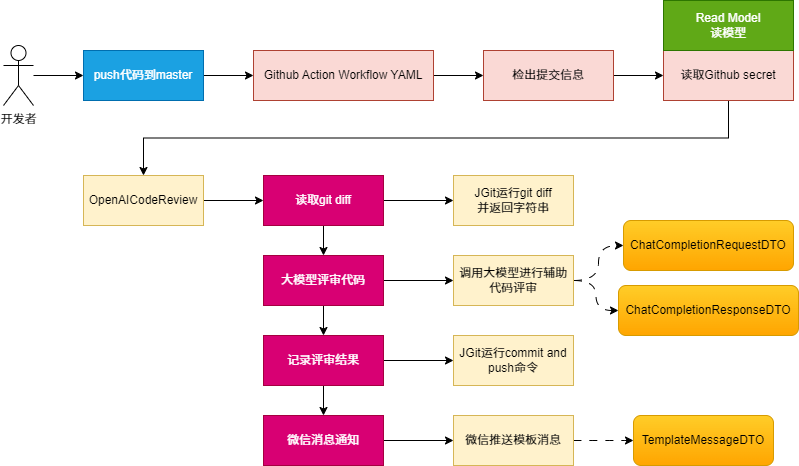
CatCatchFish/openai-code-review keeps this draw.io diagram as img/建模流程.png. Above is the earlier version. Source tidied: cells renumbered, new cells last; positions are measured from the earlier drawing's top-left corner, leaving out a move shared by most shapes. Its diagram source:
```xml
<mxGraphModel>
  <root>
    <mxCell id="0" />
    <mxCell id="1" parent="0" />
    <mxCell id="2" style="edgeStyle=orthogonalEdgeStyle;rounded=0;jettySize=auto;html=1;" parent="1" edge="1" source="3" target="7">
      <mxGeometry relative="1" as="geometry" />
    </mxCell>
    <mxCell id="3" value="push代码到master" style="rounded=0;whiteSpace=wrap;html=1;fillColor=#1ba1e2;fontColor=#ffffff;strokeColor=#006EAF;" parent="1" vertex="1">
      <mxGeometry x="80" y="50" width="120" height="50" as="geometry" />
    </mxCell>
    <mxCell id="4" style="edgeStyle=orthogonalEdgeStyle;rounded=0;jettySize=auto;html=1;" parent="1" edge="1" source="5" target="3">
      <mxGeometry relative="1" as="geometry" />
    </mxCell>
    <mxCell id="5" value="开发者" style="shape=umlActor;verticalLabelPosition=bottom;verticalAlign=top;html=1;outlineConnect=0;" parent="1" vertex="1">
      <mxGeometry y="45" width="30" height="60" as="geometry" />
    </mxCell>
    <mxCell id="6" style="edgeStyle=orthogonalEdgeStyle;rounded=0;jettySize=auto;html=1;" parent="1" edge="1" source="7" target="9">
      <mxGeometry relative="1" as="geometry" />
    </mxCell>
    <mxCell id="7" value="Github Action Workflow YAML" style="rounded=0;whiteSpace=wrap;html=1;fillColor=#fad9d5;strokeColor=#ae4132;" parent="1" vertex="1">
      <mxGeometry x="250" y="50" width="180" height="50" as="geometry" />
    </mxCell>
    <mxCell id="8" style="edgeStyle=orthogonalEdgeStyle;rounded=0;jettySize=auto;html=1;" parent="1" edge="1" source="9" target="11">
      <mxGeometry relative="1" as="geometry" />
    </mxCell>
    <mxCell id="9" value="检出提交信息" style="rounded=0;whiteSpace=wrap;html=1;fillColor=#fad9d5;strokeColor=#ae4132;" parent="1" vertex="1">
      <mxGeometry x="480" y="50" width="130" height="50" as="geometry" />
    </mxCell>
    <mxCell id="10" style="edgeStyle=orthogonalEdgeStyle;rounded=0;jettySize=auto;html=1;exitX=0.5;exitY=1;exitDx=0;exitDy=0;entryX=0.5;entryY=0;entryDx=0;entryDy=0;" parent="1" edge="1" source="11" target="13">
      <mxGeometry relative="1" as="geometry" />
    </mxCell>
    <mxCell id="11" value="读取Github secret" style="rounded=0;whiteSpace=wrap;html=1;fillColor=#fad9d5;strokeColor=#ae4132;" parent="1" vertex="1">
      <mxGeometry x="660" y="50" width="130" height="50" as="geometry" />
    </mxCell>
    <mxCell id="12" style="edgeStyle=orthogonalEdgeStyle;rounded=0;jettySize=auto;html=1;" parent="1" edge="1" source="13" target="16">
      <mxGeometry relative="1" as="geometry" />
    </mxCell>
    <mxCell id="13" value="OpenAICodeReview" style="rounded=0;whiteSpace=wrap;html=1;fillColor=#fff2cc;strokeColor=#d6b656;" parent="1" vertex="1">
      <mxGeometry x="80" y="175" width="120" height="50" as="geometry" />
    </mxCell>
    <mxCell id="14" style="edgeStyle=orthogonalEdgeStyle;rounded=0;jettySize=auto;html=1;" parent="1" edge="1" source="16" target="17">
      <mxGeometry relative="1" as="geometry" />
    </mxCell>
    <mxCell id="15" style="edgeStyle=orthogonalEdgeStyle;rounded=0;jettySize=auto;html=1;exitX=0.5;exitY=1;exitDx=0;exitDy=0;entryX=0.5;entryY=0;entryDx=0;entryDy=0;" parent="1" edge="1" source="16" target="20">
      <mxGeometry relative="1" as="geometry" />
    </mxCell>
    <mxCell id="16" value="读取git diff" style="rounded=0;whiteSpace=wrap;html=1;fillColor=#d80073;strokeColor=#A50040;fontColor=#ffffff;" parent="1" vertex="1">
      <mxGeometry x="260" y="175" width="120" height="50" as="geometry" />
    </mxCell>
    <mxCell id="17" value="JGit运行git diff&lt;div&gt;并返回字符串&lt;/div&gt;" style="rounded=0;whiteSpace=wrap;html=1;fillColor=#fff2cc;strokeColor=#d6b656;" parent="1" vertex="1">
      <mxGeometry x="450" y="175" width="120" height="50" as="geometry" />
    </mxCell>
    <mxCell id="18" style="edgeStyle=orthogonalEdgeStyle;rounded=0;jettySize=auto;html=1;" parent="1" edge="1" source="20" target="28">
      <mxGeometry relative="1" as="geometry" />
    </mxCell>
    <mxCell id="19" style="edgeStyle=orthogonalEdgeStyle;rounded=0;jettySize=auto;html=1;exitX=0.5;exitY=1;exitDx=0;exitDy=0;entryX=0.5;entryY=0;entryDx=0;entryDy=0;" parent="1" edge="1" source="20" target="23">
      <mxGeometry relative="1" as="geometry" />
    </mxCell>
    <mxCell id="20" value="大模型评审代码" style="rounded=0;whiteSpace=wrap;html=1;fillColor=#d80073;strokeColor=#A50040;fontColor=#ffffff;" parent="1" vertex="1">
      <mxGeometry x="260" y="255" width="120" height="50" as="geometry" />
    </mxCell>
    <mxCell id="21" style="edgeStyle=orthogonalEdgeStyle;rounded=0;jettySize=auto;html=1;" parent="1" edge="1" source="23" target="29">
      <mxGeometry relative="1" as="geometry" />
    </mxCell>
    <mxCell id="22" style="edgeStyle=orthogonalEdgeStyle;rounded=0;jettySize=auto;html=1;" parent="1" edge="1" source="23" target="25">
      <mxGeometry relative="1" as="geometry" />
    </mxCell>
    <mxCell id="23" value="记录评审结果" style="rounded=0;whiteSpace=wrap;html=1;fillColor=#d80073;strokeColor=#A50040;fontColor=#ffffff;" parent="1" vertex="1">
      <mxGeometry x="260" y="335" width="120" height="50" as="geometry" />
    </mxCell>
    <mxCell id="24" style="edgeStyle=orthogonalEdgeStyle;rounded=0;jettySize=auto;html=1;" parent="1" edge="1" source="25" target="31">
      <mxGeometry relative="1" as="geometry" />
    </mxCell>
    <mxCell id="25" value="微信消息通知" style="rounded=0;whiteSpace=wrap;html=1;fillColor=#d80073;strokeColor=#A50040;fontColor=#ffffff;" parent="1" vertex="1">
      <mxGeometry x="260" y="415" width="120" height="50" as="geometry" />
    </mxCell>
    <mxCell id="26" style="edgeStyle=orthogonalEdgeStyle;curved=1;rounded=0;jettySize=auto;html=1;exitX=1;exitY=0.5;exitDx=0;exitDy=0;dashed=1;dashPattern=8 8;" parent="1" edge="1" source="28" target="34">
      <mxGeometry relative="1" as="geometry" />
    </mxCell>
    <mxCell id="27" style="edgeStyle=orthogonalEdgeStyle;curved=1;rounded=0;jettySize=auto;html=1;exitX=1;exitY=0.5;exitDx=0;exitDy=0;entryX=0;entryY=0.5;entryDx=0;entryDy=0;dashed=1;dashPattern=8 8;" parent="1" edge="1" source="28" target="35">
      <mxGeometry relative="1" as="geometry" />
    </mxCell>
    <mxCell id="28" value="调用大模型进行辅助代码评审" style="rounded=0;whiteSpace=wrap;html=1;fillColor=#fff2cc;strokeColor=#d6b656;" parent="1" vertex="1">
      <mxGeometry x="450" y="255" width="120" height="50" as="geometry" />
    </mxCell>
    <mxCell id="29" value="JGit运行commit and&lt;div&gt;push命令&lt;/div&gt;" style="rounded=0;whiteSpace=wrap;html=1;fillColor=#fff2cc;strokeColor=#d6b656;" parent="1" vertex="1">
      <mxGeometry x="450" y="335" width="120" height="50" as="geometry" />
    </mxCell>
    <mxCell id="30" style="edgeStyle=orthogonalEdgeStyle;curved=1;rounded=0;jettySize=auto;html=1;exitX=1;exitY=0.5;exitDx=0;exitDy=0;dashed=1;dashPattern=8 8;" parent="1" edge="1" source="31" target="33">
      <mxGeometry relative="1" as="geometry" />
    </mxCell>
    <mxCell id="31" value="微信推送模板消息" style="rounded=0;whiteSpace=wrap;html=1;fillColor=#fff2cc;strokeColor=#d6b656;" parent="1" vertex="1">
      <mxGeometry x="450" y="415" width="120" height="50" as="geometry" />
    </mxCell>
    <mxCell id="32" value="Read Model&lt;div&gt;读模型&lt;/div&gt;" style="rounded=0;whiteSpace=wrap;html=1;fillColor=#60a917;fontColor=#ffffff;strokeColor=#2D7600;" parent="1" vertex="1">
      <mxGeometry x="660" width="130" height="50" as="geometry" />
    </mxCell>
    <mxCell id="33" value="TemplateMessageDTO" style="rounded=1;whiteSpace=wrap;html=1;fillColor=#ffcd28;strokeColor=#d79b00;gradientColor=#ffa500;" parent="1" vertex="1">
      <mxGeometry x="630" y="415" width="140" height="50" as="geometry" />
    </mxCell>
    <mxCell id="34" value="ChatCompletionRequestDTO" style="rounded=1;whiteSpace=wrap;html=1;fillColor=#ffcd28;strokeColor=#d79b00;gradientColor=#ffa500;" parent="1" vertex="1">
      <mxGeometry x="620" y="220" width="170" height="50" as="geometry" />
    </mxCell>
    <mxCell id="35" value="ChatCompletionResponseDTO" style="rounded=1;whiteSpace=wrap;html=1;fillColor=#ffcd28;strokeColor=#d79b00;gradientColor=#ffa500;" parent="1" vertex="1">
      <mxGeometry x="615" y="285" width="180" height="50" as="geometry" />
    </mxCell>
  </root>
</mxGraphModel>
```
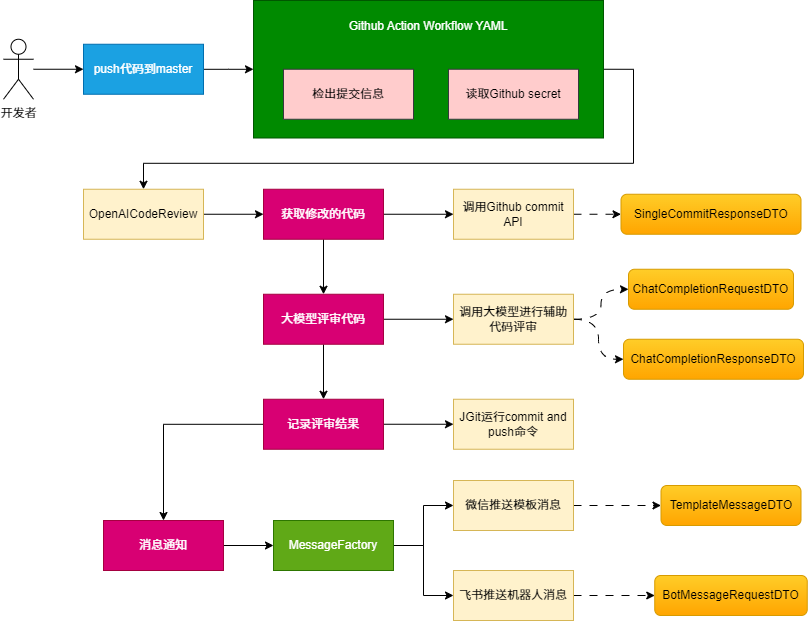
Above is the later version.

What changed in the source:
```diff
@@ -6,37 +6,37 @@
       <mxGeometry relative="1" as="geometry" />
     </mxCell>
     <mxCell id="3" value="push代码到master" style="rounded=0;whiteSpace=wrap;html=1;fillColor=#1ba1e2;fontColor=#ffffff;strokeColor=#006EAF;" parent="1" vertex="1">
-      <mxGeometry x="80" y="50" width="120" height="50" as="geometry" />
+      <mxGeometry x="-10" y="48.8" width="120" height="50" as="geometry" />
     </mxCell>
     <mxCell id="4" style="edgeStyle=orthogonalEdgeStyle;rounded=0;jettySize=auto;html=1;" parent="1" edge="1" source="5" target="3">
       <mxGeometry relative="1" as="geometry" />
     </mxCell>
     <mxCell id="5" value="开发者" style="shape=umlActor;verticalLabelPosition=bottom;verticalAlign=top;html=1;outlineConnect=0;" parent="1" vertex="1">
-      <mxGeometry y="45" width="30" height="60" as="geometry" />
+      <mxGeometry x="-90" y="43.8" width="30" height="60" as="geometry" />
     </mxCell>
-    <mxCell id="6" style="edgeStyle=orthogonalEdgeStyle;rounded=0;jettySize=auto;html=1;" parent="1" edge="1" source="7" target="9">
-      <mxGeometry relative="1" as="geometry" />
-    </mxCell>
+    <mxCell id="36" style="edgeStyle=orthogonalEdgeStyle;rounded=0;jettySize=auto;html=1;exitX=1;exitY=0.5;exitDx=0;exitDy=0;entryX=0.5;entryY=0;entryDx=0;entryDy=0;" parent="1" edge="1" source="7" target="13">
+      <mxGeometry relative="1" as="geometry">
+        <Array as="points">
+          <mxPoint x="540" y="73.8" />
+          <mxPoint x="540" y="167.8" />
+          <mxPoint x="50" y="167.8" />
+        </Array>
+      </mxGeometry>
+    </mxCell>
-    <mxCell id="7" value="Github Action Workflow YAML" style="rounded=0;whiteSpace=wrap;html=1;fillColor=#fad9d5;strokeColor=#ae4132;" parent="1" vertex="1">
-      <mxGeometry x="250" y="50" width="180" height="50" as="geometry" />
+    <mxCell id="7" value="Github Action Workflow YAML&lt;div&gt;&lt;br&gt;&lt;/div&gt;&lt;div&gt;&lt;br&gt;&lt;/div&gt;&lt;div&gt;&lt;br&gt;&lt;/div&gt;&lt;div&gt;&lt;br&gt;&lt;/div&gt;&lt;div&gt;&lt;br&gt;&lt;/div&gt;&lt;div&gt;&lt;br&gt;&lt;/div&gt;" style="rounded=0;whiteSpace=wrap;html=1;fillColor=#008a00;strokeColor=#005700;fontColor=#ffffff;" parent="1" vertex="1">
+      <mxGeometry x="160" y="5" width="350" height="137.5" as="geometry" />
     </mxCell>
-    <mxCell id="8" style="edgeStyle=orthogonalEdgeStyle;rounded=0;jettySize=auto;html=1;" parent="1" edge="1" source="9" target="11">
-      <mxGeometry relative="1" as="geometry" />
-    </mxCell>
-    <mxCell id="9" value="检出提交信息" style="rounded=0;whiteSpace=wrap;html=1;fillColor=#fad9d5;strokeColor=#ae4132;" parent="1" vertex="1">
-      <mxGeometry x="480" y="50" width="130" height="50" as="geometry" />
+    <mxCell id="9" value="检出提交信息" style="rounded=0;whiteSpace=wrap;html=1;fillColor=#ffcccc;strokeColor=#36393d;" parent="1" vertex="1">
+      <mxGeometry x="190" y="73.8" width="130" height="50" as="geometry" />
     </mxCell>
-    <mxCell id="10" style="edgeStyle=orthogonalEdgeStyle;rounded=0;jettySize=auto;html=1;exitX=0.5;exitY=1;exitDx=0;exitDy=0;entryX=0.5;entryY=0;entryDx=0;entryDy=0;" parent="1" edge="1" source="11" target="13">
-      <mxGeometry relative="1" as="geometry" />
-    </mxCell>
-    <mxCell id="11" value="读取Github secret" style="rounded=0;whiteSpace=wrap;html=1;fillColor=#fad9d5;strokeColor=#ae4132;" parent="1" vertex="1">
-      <mxGeometry x="660" y="50" width="130" height="50" as="geometry" />
+    <mxCell id="11" value="读取Github secret" style="rounded=0;whiteSpace=wrap;html=1;fillColor=#ffcccc;strokeColor=#36393d;" parent="1" vertex="1">
+      <mxGeometry x="355" y="73.8" width="130" height="50" as="geometry" />
     </mxCell>
     <mxCell id="12" style="edgeStyle=orthogonalEdgeStyle;rounded=0;jettySize=auto;html=1;" parent="1" edge="1" source="13" target="16">
       <mxGeometry relative="1" as="geometry" />
     </mxCell>
     <mxCell id="13" value="OpenAICodeReview" style="rounded=0;whiteSpace=wrap;html=1;fillColor=#fff2cc;strokeColor=#d6b656;" parent="1" vertex="1">
-      <mxGeometry x="80" y="175" width="120" height="50" as="geometry" />
+      <mxGeometry x="-10" y="193.8" width="120" height="50" as="geometry" />
     </mxCell>
     <mxCell id="14" style="edgeStyle=orthogonalEdgeStyle;rounded=0;jettySize=auto;html=1;" parent="1" edge="1" source="16" target="17">
       <mxGeometry relative="1" as="geometry" />
@@ -44,11 +44,14 @@
     <mxCell id="15" style="edgeStyle=orthogonalEdgeStyle;rounded=0;jettySize=auto;html=1;exitX=0.5;exitY=1;exitDx=0;exitDy=0;entryX=0.5;entryY=0;entryDx=0;entryDy=0;" parent="1" edge="1" source="16" target="20">
       <mxGeometry relative="1" as="geometry" />
     </mxCell>
-    <mxCell id="16" value="读取git diff" style="rounded=0;whiteSpace=wrap;html=1;fillColor=#d80073;strokeColor=#A50040;fontColor=#ffffff;" parent="1" vertex="1">
-      <mxGeometry x="260" y="175" width="120" height="50" as="geometry" />
+    <mxCell id="16" value="获取修改的代码" style="rounded=0;whiteSpace=wrap;html=1;fillColor=#d80073;strokeColor=#A50040;fontColor=#ffffff;" parent="1" vertex="1">
+      <mxGeometry x="170" y="193.8" width="120" height="50" as="geometry" />
     </mxCell>
+    <mxCell id="37" style="edgeStyle=orthogonalEdgeStyle;rounded=0;jettySize=auto;html=1;exitX=1;exitY=0.5;exitDx=0;exitDy=0;dashed=1;dashPattern=8 8;" parent="1" edge="1" source="17" target="39">
+      <mxGeometry relative="1" as="geometry" />
+    </mxCell>
-    <mxCell id="17" value="JGit运行git diff&lt;div&gt;并返回字符串&lt;/div&gt;" style="rounded=0;whiteSpace=wrap;html=1;fillColor=#fff2cc;strokeColor=#d6b656;" parent="1" vertex="1">
-      <mxGeometry x="450" y="175" width="120" height="50" as="geometry" />
+    <mxCell id="17" value="调用Github commit API" style="rounded=0;whiteSpace=wrap;html=1;fillColor=#fff2cc;strokeColor=#d6b656;" parent="1" vertex="1">
+      <mxGeometry x="360" y="193.8" width="120" height="50" as="geometry" />
     </mxCell>
     <mxCell id="18" style="edgeStyle=orthogonalEdgeStyle;rounded=0;jettySize=auto;html=1;" parent="1" edge="1" source="20" target="28">
       <mxGeometry relative="1" as="geometry" />
@@ -57,7 +60,7 @@
       <mxGeometry relative="1" as="geometry" />
     </mxCell>
     <mxCell id="20" value="大模型评审代码" style="rounded=0;whiteSpace=wrap;html=1;fillColor=#d80073;strokeColor=#A50040;fontColor=#ffffff;" parent="1" vertex="1">
-      <mxGeometry x="260" y="255" width="120" height="50" as="geometry" />
+      <mxGeometry x="170" y="298.8" width="120" height="50" as="geometry" />
     </mxCell>
     <mxCell id="21" style="edgeStyle=orthogonalEdgeStyle;rounded=0;jettySize=auto;html=1;" parent="1" edge="1" source="23" target="29">
       <mxGeometry relative="1" as="geometry" />
@@ -66,13 +69,13 @@
       <mxGeometry relative="1" as="geometry" />
     </mxCell>
     <mxCell id="23" value="记录评审结果" style="rounded=0;whiteSpace=wrap;html=1;fillColor=#d80073;strokeColor=#A50040;fontColor=#ffffff;" parent="1" vertex="1">
-      <mxGeometry x="260" y="335" width="120" height="50" as="geometry" />
+      <mxGeometry x="170" y="403.8" width="120" height="50" as="geometry" />
     </mxCell>
-    <mxCell id="24" style="edgeStyle=orthogonalEdgeStyle;rounded=0;jettySize=auto;html=1;" parent="1" edge="1" source="25" target="31">
-      <mxGeometry relative="1" as="geometry" />
-    </mxCell>
+    <mxCell id="38" style="edgeStyle=orthogonalEdgeStyle;rounded=0;jettySize=auto;html=1;exitX=1;exitY=0.5;exitDx=0;exitDy=0;" parent="1" edge="1" source="25" target="45">
+      <mxGeometry relative="1" as="geometry" />
+    </mxCell>
-    <mxCell id="25" value="微信消息通知" style="rounded=0;whiteSpace=wrap;html=1;fillColor=#d80073;strokeColor=#A50040;fontColor=#ffffff;" parent="1" vertex="1">
-      <mxGeometry x="260" y="415" width="120" height="50" as="geometry" />
+    <mxCell id="25" value="消息通知" style="rounded=0;whiteSpace=wrap;html=1;fillColor=#d80073;strokeColor=#A50040;fontColor=#ffffff;" parent="1" vertex="1">
+      <mxGeometry x="10" y="525" width="120" height="50" as="geometry" />
     </mxCell>
     <mxCell id="26" style="edgeStyle=orthogonalEdgeStyle;curved=1;rounded=0;jettySize=auto;html=1;exitX=1;exitY=0.5;exitDx=0;exitDy=0;dashed=1;dashPattern=8 8;" parent="1" edge="1" source="28" target="34">
       <mxGeometry relative="1" as="geometry" />
@@ -81,28 +84,46 @@
       <mxGeometry relative="1" as="geometry" />
     </mxCell>
     <mxCell id="28" value="调用大模型进行辅助代码评审" style="rounded=0;whiteSpace=wrap;html=1;fillColor=#fff2cc;strokeColor=#d6b656;" parent="1" vertex="1">
-      <mxGeometry x="450" y="255" width="120" height="50" as="geometry" />
+      <mxGeometry x="360" y="298.8" width="120" height="50" as="geometry" />
     </mxCell>
     <mxCell id="29" value="JGit运行commit and&lt;div&gt;push命令&lt;/div&gt;" style="rounded=0;whiteSpace=wrap;html=1;fillColor=#fff2cc;strokeColor=#d6b656;" parent="1" vertex="1">
-      <mxGeometry x="450" y="335" width="120" height="50" as="geometry" />
+      <mxGeometry x="360" y="403.8" width="120" height="50" as="geometry" />
     </mxCell>
-    <mxCell id="30" style="edgeStyle=orthogonalEdgeStyle;curved=1;rounded=0;jettySize=auto;html=1;exitX=1;exitY=0.5;exitDx=0;exitDy=0;dashed=1;dashPattern=8 8;" parent="1" edge="1" source="31" target="33">
+    <mxCell id="30" style="rounded=0;jettySize=auto;html=1;exitX=1;exitY=0.5;exitDx=0;exitDy=0;dashed=1;dashPattern=8 8;" parent="1" edge="1" source="31" target="33">
       <mxGeometry relative="1" as="geometry" />
     </mxCell>
     <mxCell id="31" value="微信推送模板消息" style="rounded=0;whiteSpace=wrap;html=1;fillColor=#fff2cc;strokeColor=#d6b656;" parent="1" vertex="1">
-      <mxGeometry x="450" y="415" width="120" height="50" as="geometry" />
+      <mxGeometry x="360" y="485" width="120" height="50" as="geometry" />
     </mxCell>
-    <mxCell id="32" value="Read Model&lt;div&gt;读模型&lt;/div&gt;" style="rounded=0;whiteSpace=wrap;html=1;fillColor=#60a917;fontColor=#ffffff;strokeColor=#2D7600;" parent="1" vertex="1">
-      <mxGeometry x="660" width="130" height="50" as="geometry" />
-    </mxCell>
     <mxCell id="33" value="TemplateMessageDTO" style="rounded=1;whiteSpace=wrap;html=1;fillColor=#ffcd28;strokeColor=#d79b00;gradientColor=#ffa500;" parent="1" vertex="1">
-      <mxGeometry x="630" y="415" width="140" height="50" as="geometry" />
+      <mxGeometry x="567.5" y="490" width="140" height="40" as="geometry" />
     </mxCell>
     <mxCell id="34" value="ChatCompletionRequestDTO" style="rounded=1;whiteSpace=wrap;html=1;fillColor=#ffcd28;strokeColor=#d79b00;gradientColor=#ffa500;" parent="1" vertex="1">
-      <mxGeometry x="620" y="220" width="170" height="50" as="geometry" />
+      <mxGeometry x="535" y="273.8" width="165" height="40" as="geometry" />
     </mxCell>
     <mxCell id="35" value="ChatCompletionResponseDTO" style="rounded=1;whiteSpace=wrap;html=1;fillColor=#ffcd28;strokeColor=#d79b00;gradientColor=#ffa500;" parent="1" vertex="1">
-      <mxGeometry x="615" y="285" width="180" height="50" as="geometry" />
+      <mxGeometry x="530" y="343.8" width="180" height="40" as="geometry" />
     </mxCell>
+    <mxCell id="39" value="SingleCommitResponseDTO" style="rounded=1;whiteSpace=wrap;html=1;fillColor=#ffcd28;strokeColor=#d79b00;gradientColor=#ffa500;" parent="1" vertex="1">
+      <mxGeometry x="527.5" y="198.8" width="180" height="40" as="geometry" />
+    </mxCell>
+    <mxCell id="40" style="edgeStyle=orthogonalEdgeStyle;rounded=0;jettySize=auto;html=1;exitX=1;exitY=0.5;exitDx=0;exitDy=0;dashed=1;dashPattern=8 8;" parent="1" edge="1" source="41" target="42">
+      <mxGeometry relative="1" as="geometry" />
+    </mxCell>
+    <mxCell id="41" value="飞书推送机器人消息" style="rounded=0;whiteSpace=wrap;html=1;fillColor=#fff2cc;strokeColor=#d6b656;" parent="1" vertex="1">
+      <mxGeometry x="360" y="575" width="120" height="50" as="geometry" />
+    </mxCell>
+    <mxCell id="42" value="BotMessageRequestDTO" style="rounded=1;whiteSpace=wrap;html=1;fillColor=#ffcd28;strokeColor=#d79b00;gradientColor=#ffa500;" parent="1" vertex="1">
+      <mxGeometry x="561.2" y="580" width="152.5" height="40" as="geometry" />
+    </mxCell>
+    <mxCell id="43" style="edgeStyle=orthogonalEdgeStyle;rounded=0;jettySize=auto;html=1;exitX=1;exitY=0.5;exitDx=0;exitDy=0;entryX=0;entryY=0.5;entryDx=0;entryDy=0;" parent="1" edge="1" source="45" target="31">
+      <mxGeometry relative="1" as="geometry" />
+    </mxCell>
+    <mxCell id="44" style="edgeStyle=orthogonalEdgeStyle;rounded=0;jettySize=auto;html=1;exitX=1;exitY=0.5;exitDx=0;exitDy=0;entryX=0;entryY=0.5;entryDx=0;entryDy=0;" parent="1" edge="1" source="45" target="41">
+      <mxGeometry relative="1" as="geometry" />
+    </mxCell>
+    <mxCell id="45" value="MessageFactory" style="rounded=0;whiteSpace=wrap;html=1;fillColor=#60a917;strokeColor=#2D7600;fontColor=#ffffff;" parent="1" vertex="1">
+      <mxGeometry x="180" y="525" width="120" height="50" as="geometry" />
+    </mxCell>
   </root>
 </mxGraphModel>
```
